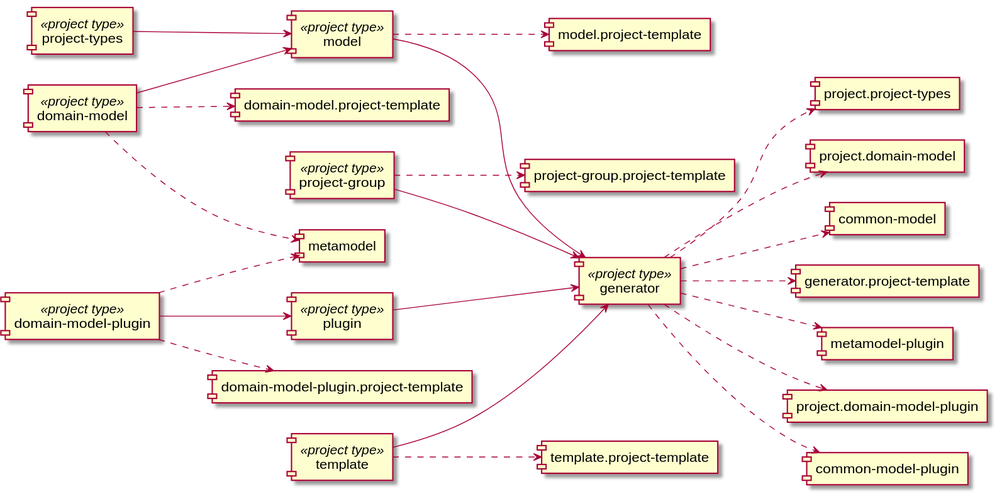
Before: doc/image/project-dependency-graph.svg, a diagram exported from PlantUML (laplacian-tutorial/generated-project).
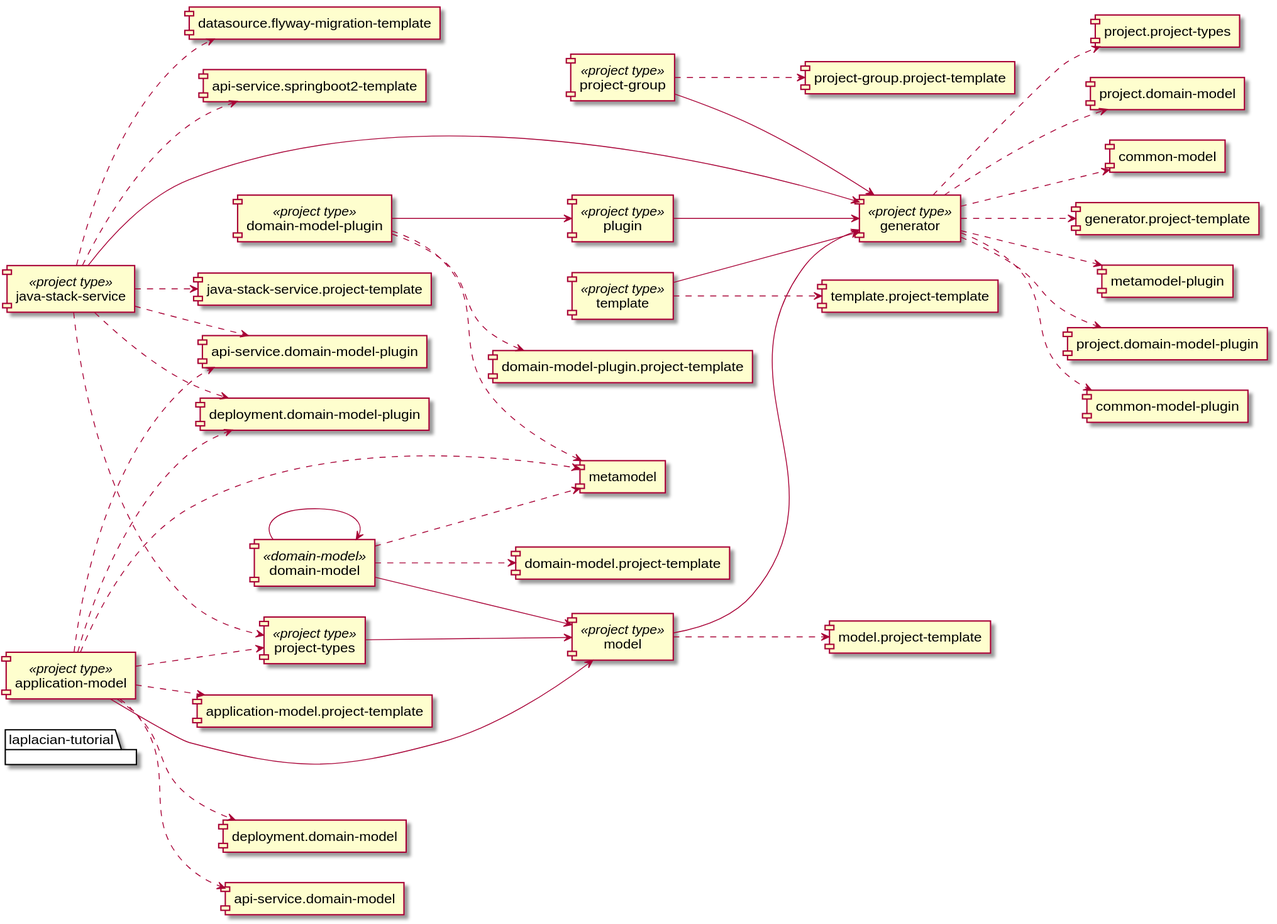
The same diagram one commit later.

What changed in the source:
```diff
@@ -9,6 +9,8 @@
 [project-group] <<project type>>
 [project-types] <<project type>>
 [template] <<project type>>
+[application-model] <<project type>>
+[java-stack-service] <<project type>>
 
 
 [domain-model-plugin] --> [plugin]
@@ -18,8 +20,14 @@
 [project-group] --> [generator]
 [project-types] --> [model]
 [template] --> [generator]
+[application-model] --> [model]
+[java-stack-service] --> [generator]
 
 
+package "laplacian-tutorial" {
+  [domain-model] <<domain-model>>
+  [domain-model] --> [domain-model]
+}
 
 
 
@@ -45,5 +53,20 @@
 
   [template] ..> [template.project-template]
 
+  [application-model] ..> [project-types]
+  [application-model] ..> [deployment.domain-model]
+  [application-model] ..> [api-service.domain-model]
+  [application-model] ..> [metamodel]
+  [application-model] ..> [application-model.project-template]
+  [application-model] ..> [deployment.domain-model-plugin]
+  [application-model] ..> [api-service.domain-model-plugin]
+
+  [java-stack-service] ..> [project-types]
+  [java-stack-service] ..> [java-stack-service.project-template]
+  [java-stack-service] ..> [datasource.flyway-migration-template]
+  [java-stack-service] ..> [api-service.springboot2-template]
+  [java-stack-service] ..> [deployment.domain-model-plugin]
+  [java-stack-service] ..> [api-service.domain-model-plugin]
+
 
 @enduml
```
